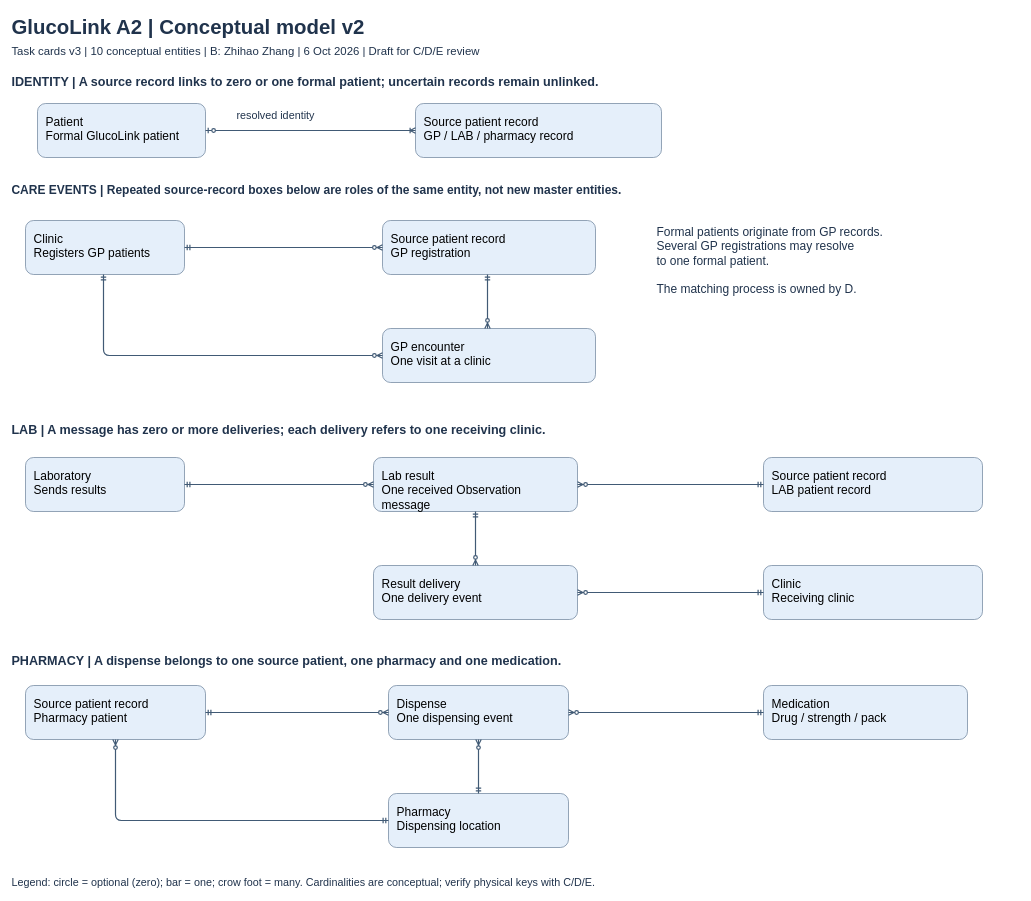
This is docs/conceptual_model_v2.drawio from LyphardRover/glucolink-a2, a draw.io file, before an edit. Source tidied: cells renumbered, new cells numbered last; positions are measured from the earlier drawing's top-left corner, leaving out a move shared by most shapes. Both pictures are drawn from the tidied source at 60%, with x=0, y=0 at pixel (10, 10).
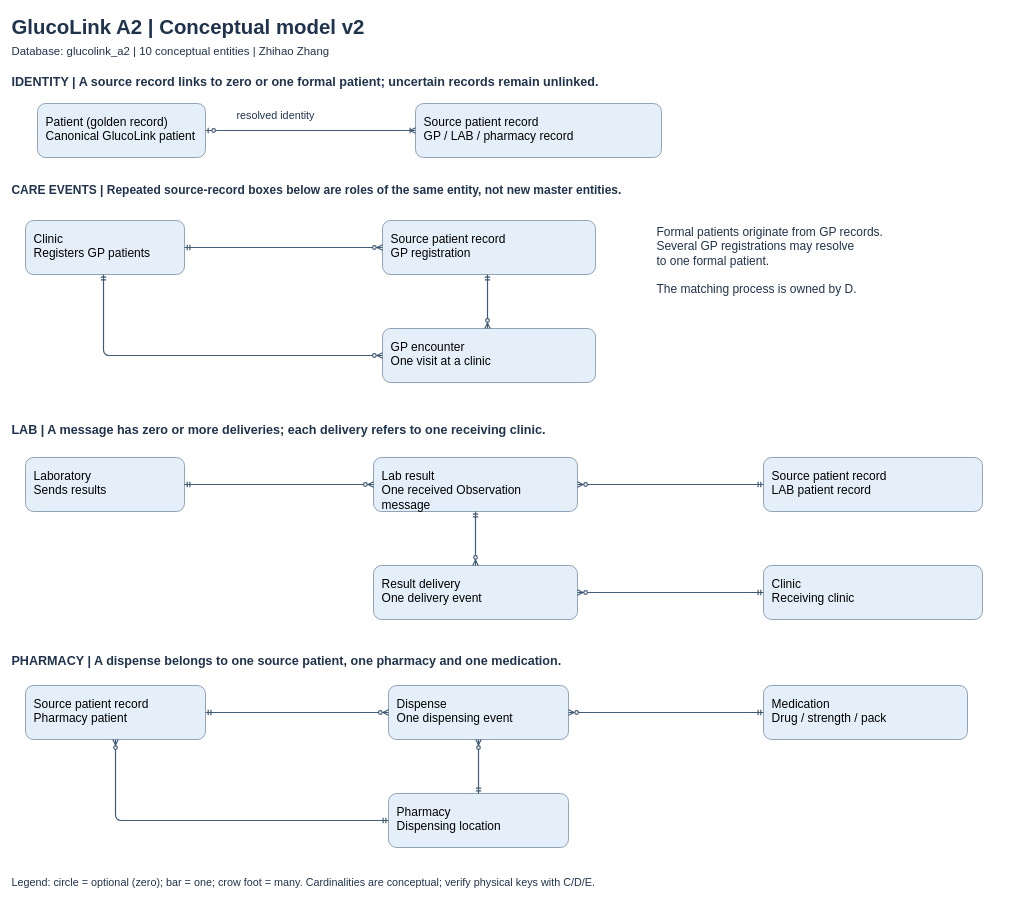
Above is the later version.

Commit message:
docs(B): clarify golden patient and clean conceptual figure labels

The edit, as a diff of the source:
```diff
@@
-    <mxCell id="3" value="Task cards v3 | 10 conceptual entities | B: Zhihao Zhang | 6 Oct 2026 | Draft for C/D/E review" style="text;html=0;align=left;verticalAlign=top;fontSize=19;fontStyle=0;fontColor=#20334c;" parent="1" vertex="1">
+    <mxCell id="3" value="Database: glucolink_a2 | 10 conceptual entities | Zhihao Zhang" style="text;html=0;align=left;verticalAlign=top;fontSize=19;fontStyle=0;fontColor=#20334c;" parent="1" vertex="1">
       <mxGeometry y="49" width="1685" height="34" as="geometry" />
     </mxCell>
@@
-    <mxCell id="5" value="Patient&#10;Formal GlucoLink patient" style="rounded=1;whiteSpace=wrap;html=0;align=left;verticalAlign=top;spacing=14;fontSize=20;fillColor=#e5effa;strokeColor=#526c89;" parent="1" vertex="1">
+    <mxCell id="5" value="Patient (golden record)&#10;Canonical GlucoLink patient" style="rounded=1;whiteSpace=wrap;html=0;align=left;verticalAlign=top;spacing=14;fontSize=20;fillColor=#e5effa;strokeColor=#526c89;" parent="1" vertex="1">
       <mxGeometry x="45" y="155" width="280" height="90" as="geometry" />
     </mxCell>
```
